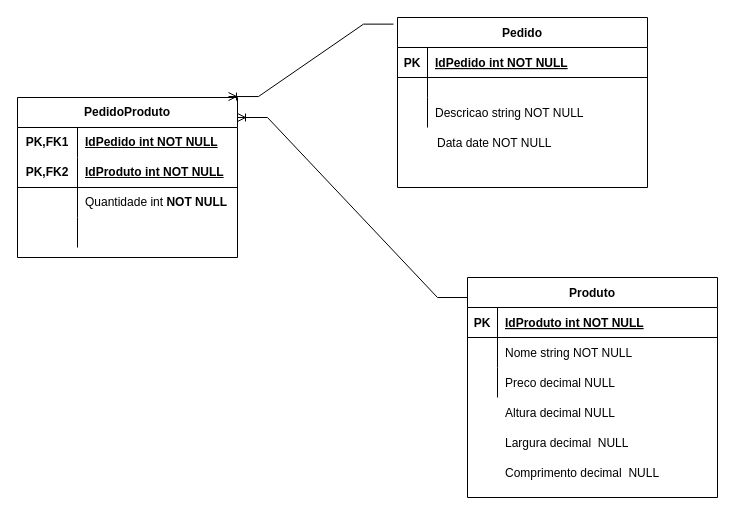
Earlier version of the draw.io diagram Banco/DER.drawio (domingosafneto/LojaSeuManoel). Source tidied: cells renumbered, new cells numbered last; positions are measured from the earlier drawing's top-left corner, leaving out a move shared by most shapes. Both pictures are drawn from the tidied source at 100%, with x=0, y=0 at pixel (17, 17).
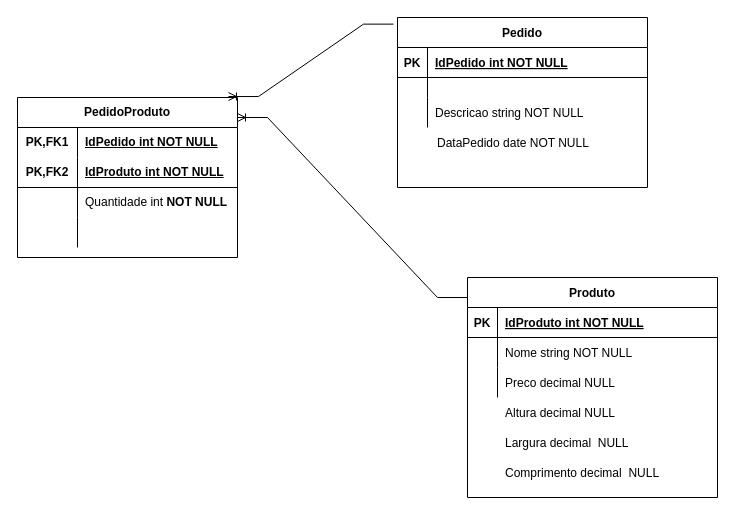
Above is the later version.

What changed in the source:
```diff
@@
-    <mxCell id="26" value="Data date NOT NULL" style="shape=partialRectangle;overflow=hidden;fillColor=none;top=0;left=0;bottom=0;right=0;align=left;spacingLeft=6;" parent="1" vertex="1">
+    <mxCell id="26" value="DataPedido date NOT NULL" style="shape=partialRectangle;overflow=hidden;fillColor=none;top=0;left=0;bottom=0;right=0;align=left;spacingLeft=6;" parent="1" vertex="1">
       <mxGeometry x="412" y="110" width="218" height="30" as="geometry" />
     </mxCell>
```
